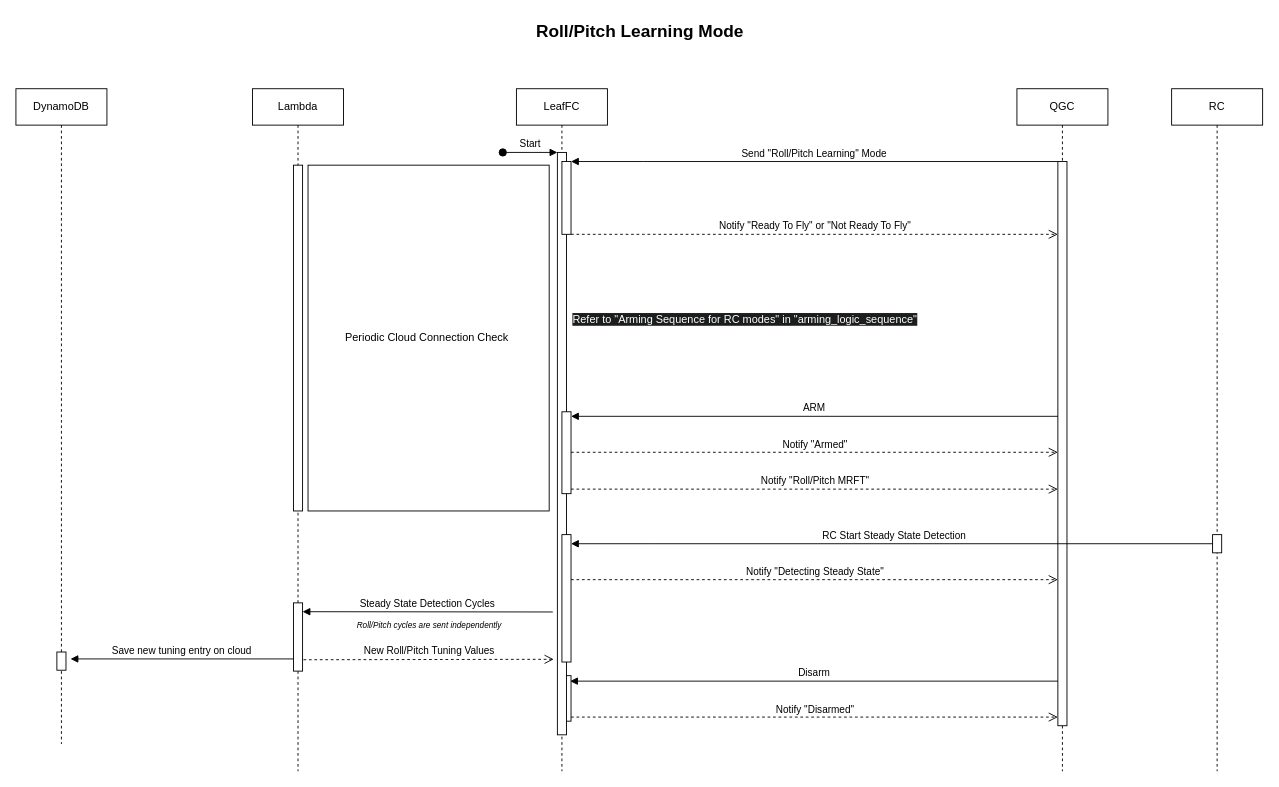
Earlier version of the draw.io diagram Guide/HEAR Software/Flight Modes/Modes Sequence Diagrams/Roll-Pitch learning mode.drawio (DroneLeaf/HEAR_wiki). Source tidied: cells renumbered, new cells numbered last; positions are measured from the earlier drawing's top-left corner, leaving out a move shared by most shapes. Both pictures are drawn from the tidied source at 91%, with x=0, y=0 at pixel (-39, 15).
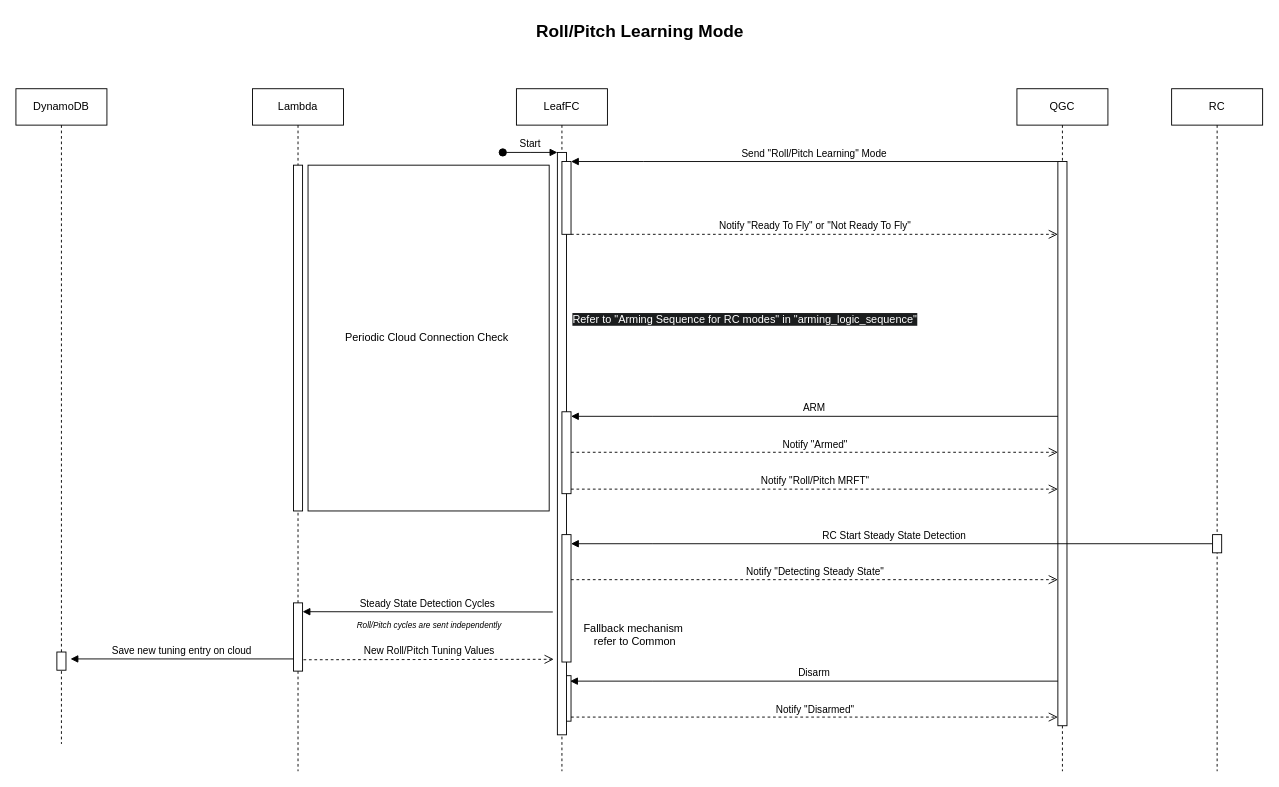
The same page after the edit.

Commit message (it also covers changes not shown here):
Add fallback mechanism notes to Roll-Pitch and X-Y-Altitude selective learning mode diagrams

- Updated Roll-Pitch learning mode diagram to include a fallback mechanism note.

- Updated X-Y-Altitude selective learning mode diagram to include a fallback mechanism note.

- Adjusted diagram dimensions for better layout and readability.

What changed in the source:
```diff
@@
+    <mxCell id="34" value="Fallback mechanism&amp;nbsp;&lt;div&gt;refer to Common&lt;/div&gt;" style="text;html=1;align=center;verticalAlign=middle;strokeColor=none;fillColor=none;" parent="1" vertex="1">
+      <mxGeometry x="670" y="660" width="140" height="40" as="geometry" />
+    </mxCell>
```
